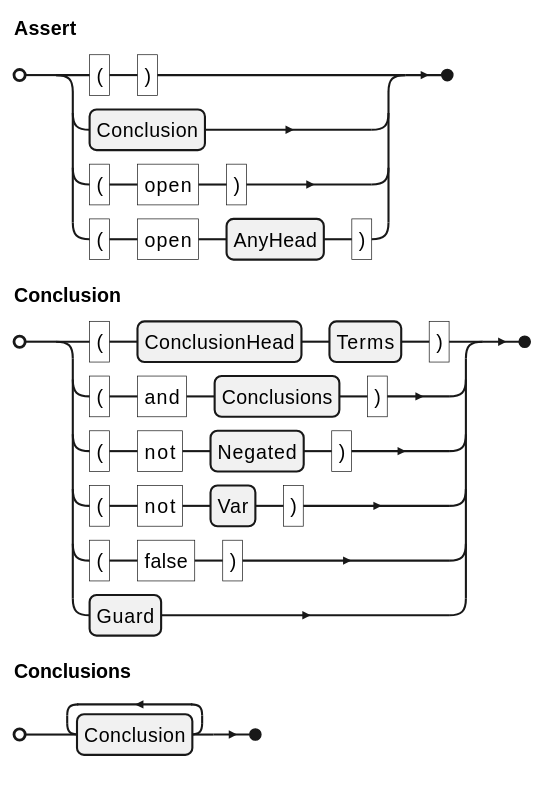
Before: docs/ein/user/04-reference/diagrams/01-grammar-phrase-assert.svg, a diagram exported from PlantUML (agutikov/ein). Its source is kept beside it as docs/ein/user/04-reference/diagrams/01-grammar-phrase-assert.puml.
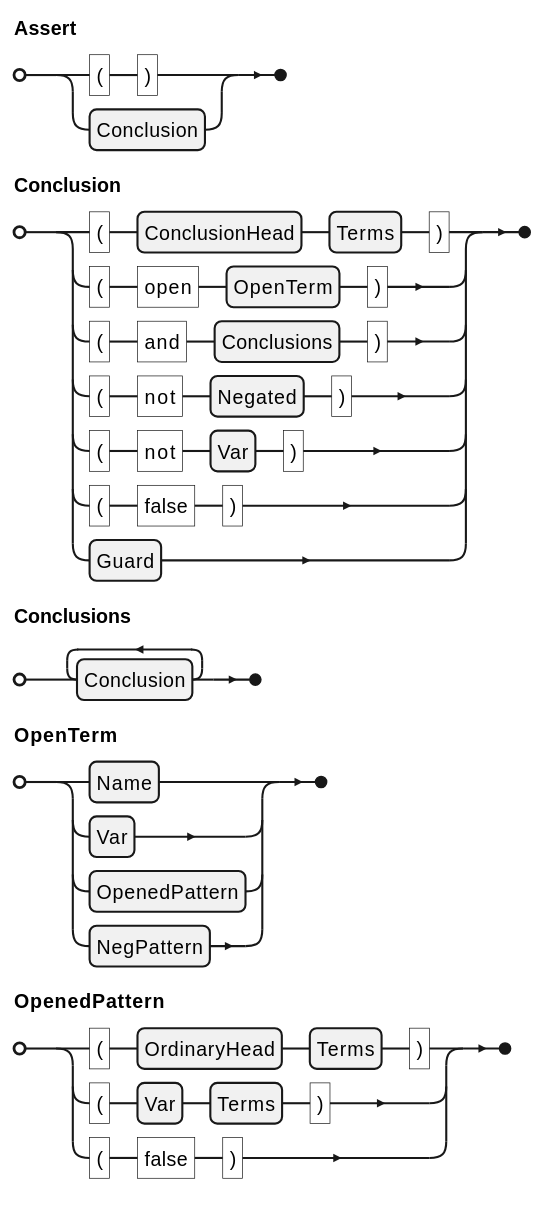
Above is the later version.

Diff of the diagram source:
```diff
@@ -1,11 +1,14 @@
 @startebnf
-Assert = "(" , ")" | Conclusion | "(" , "open" , ")" | "(" , "open" , AnyHead , ")" ;
+Assert = "(" , ")" | Conclusion ;
 Conclusion =
     "(" , ConclusionHead , Terms , ")"
+  | "(" , "open" , OpenTerm , ")"
   | "(" , "and" , Conclusions , ")"
   | "(" , "not" , Negated , ")"
   | "(" , "not" , Var , ")"
   | "(" , "false" , ")"
   | Guard ;
 Conclusions = { Conclusion }- ;
+OpenTerm = Name | Var | OpenedPattern | NegPattern ;
+OpenedPattern = "(" , OrdinaryHead , Terms , ")" | "(" , Var , Terms , ")" | "(" , "false" , ")" ;
 @endebnf
```
